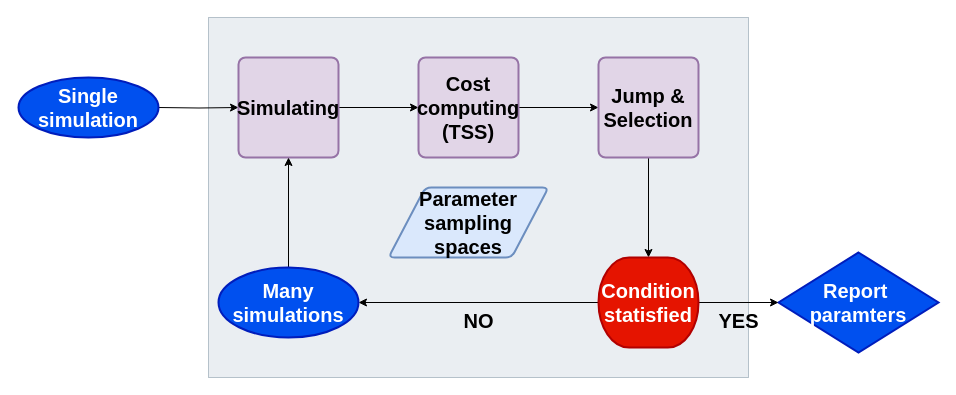
Earlier version of the draw.io diagram 03Documentations/Manuscript/Figures/DEworkflow.drawio (frank0434/Master). Source tidied: cells renumbered, new cells numbered last; positions are measured from the earlier drawing's top-left corner, leaving out a move shared by most shapes. Both pictures are drawn from the tidied source at 100%, with x=0, y=0 at pixel (18, 17).
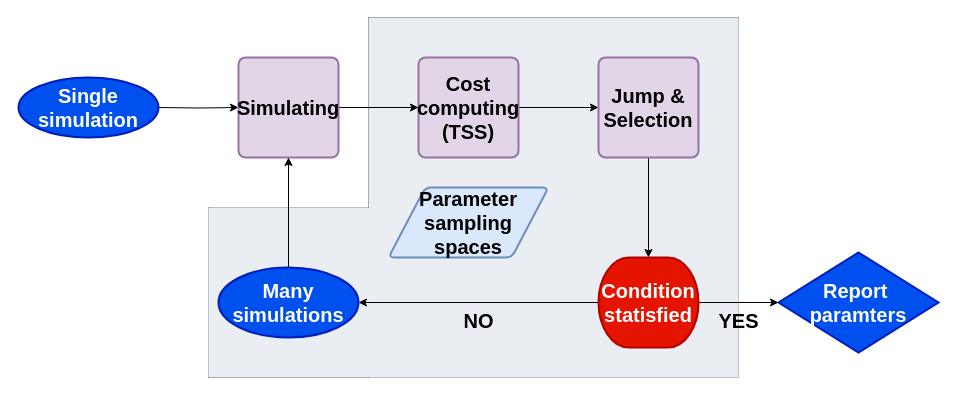
The same diagram, later.

Commit message (it also covers changes not shown here):
start examine opt results

Diff of the diagram source:
```diff
@@
-    <mxCell id="2" style="rounded=0;whiteSpace=wrap;html=1;fontSize=20;opacity=30;fillColor=#bac8d3;strokeColor=#23445d;" parent="1" vertex="1">
-      <mxGeometry x="190" width="540" height="360" as="geometry" />
-    </mxCell>
+    <mxCell id="18" style="shape=partialRectangle;whiteSpace=wrap;html=1;top=0;left=0;fillColor=#bac8d3;opacity=30;rounded=0;fontSize=20;strokeColor=#23445d;" parent="1" vertex="1">
+      <mxGeometry x="350" width="370" height="360" as="geometry" />
+    </mxCell>
+    <mxCell id="19" style="shape=partialRectangle;whiteSpace=wrap;html=1;bottom=0;right=0;fillColor=#bac8d3;rounded=0;fontSize=20;strokeColor=#23445d;opacity=30;" parent="1" vertex="1">
+      <mxGeometry x="190" y="190" width="160" height="170" as="geometry" />
+    </mxCell>
+    <mxCell id="20" style="shape=partialRectangle;whiteSpace=wrap;html=1;bottom=0;right=0;fillColor=none;opacity=30;" parent="1" vertex="1">
+      <mxGeometry x="350" width="370" height="190" as="geometry" />
+    </mxCell>
@@
+    <mxCell id="21" style="shape=partialRectangle;whiteSpace=wrap;html=1;right=0;top=0;bottom=0;fillColor=none;routingCenterX=-0.5;rotation=-90;opacity=30;" parent="1" vertex="1">
+      <mxGeometry x="210" y="220" width="120" height="160" as="geometry" />
+    </mxCell>
```
